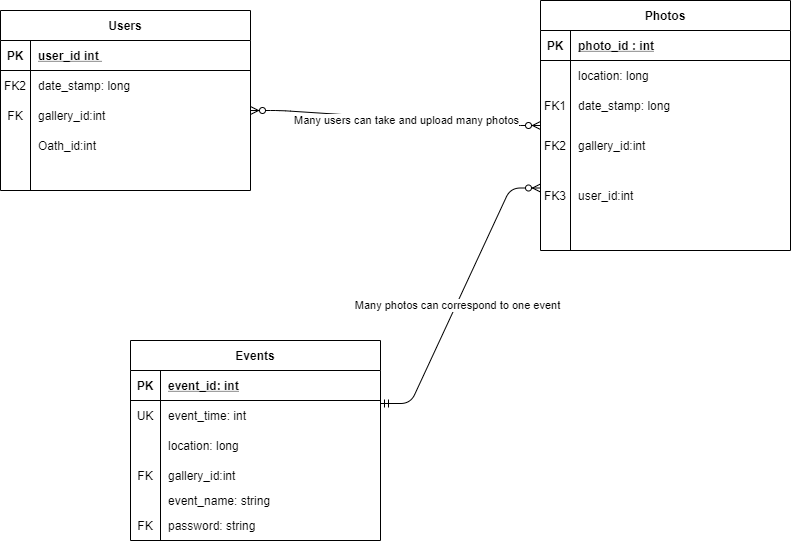
picme-gallery/picme-gallery-old.github.io keeps this draw.io diagram as docs/image/picmeERD.png. Above is the earlier version. Source tidied: cells renumbered, new cells last; positions are measured from the earlier drawing's top-left corner, leaving out a move shared by most shapes.
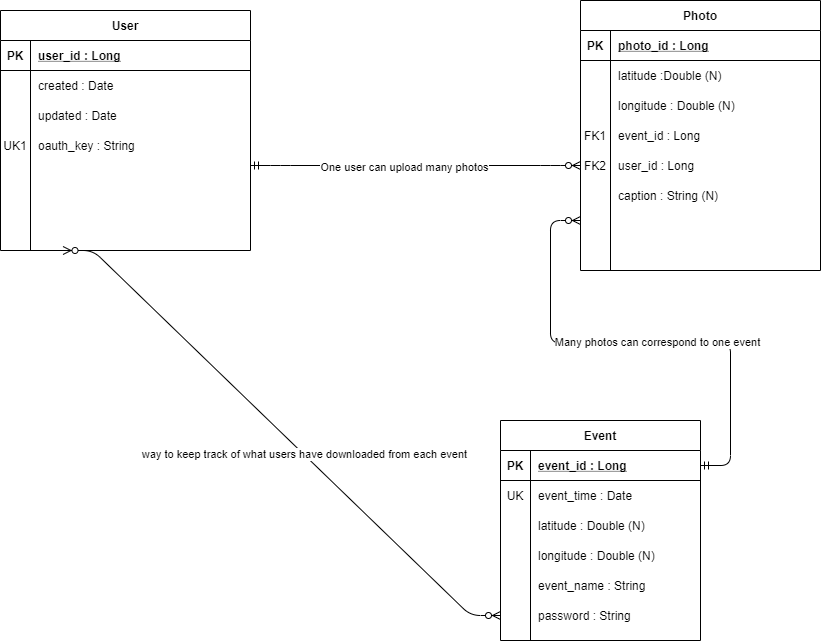
After the change.

Commit message:
Updated ERD to most recent

The edit, as a diff of the source:
```diff
@@ -2,145 +2,184 @@
   <root>
     <mxCell id="0" />
     <mxCell id="1" parent="0" />
-    <mxCell id="2" style="edgeStyle=entityRelationEdgeStyle;fontSize=12;html=1;endArrow=ERzeroToMany;endFill=1;startArrow=ERzeroToMany;entryX=0;entryY=0.5;entryDx=0;entryDy=0;" parent="1" edge="1" target="22">
+    <mxCell id="2" style="edgeStyle=entityRelationEdgeStyle;fontSize=12;html=1;endArrow=ERzeroToMany;startArrow=ERmandOne;exitX=1;exitY=0.5;exitDx=0;exitDy=0;" parent="1" edge="1" source="42">
       <mxGeometry relative="1" as="geometry">
-        <mxPoint x="250" y="110" as="sourcePoint" />
+        <mxPoint x="580" y="230" as="targetPoint" />
       </mxGeometry>
     </mxCell>
-    <mxCell id="3" value="Many users can take and upload many photos" style="edgeLabel;html=1;align=center;verticalAlign=middle;" parent="2" vertex="1">
-      <mxGeometry x="0.07" y="-1" relative="1" as="geometry" />
+    <mxCell id="3" value="Many photos can correspond to one event" style="edgeLabel;html=1;align=center;verticalAlign=middle;" parent="2" vertex="1">
+      <mxGeometry x="-0.07" y="-1" relative="1" as="geometry" />
     </mxCell>
-    <mxCell id="4" style="edgeStyle=entityRelationEdgeStyle;fontSize=12;html=1;endArrow=ERzeroToMany;startArrow=ERmandOne;exitX=1;exitY=1.1;exitDx=0;exitDy=0;exitPerimeter=0;entryX=0;entryY=0.75;entryDx=0;entryDy=0;" parent="1" edge="1" source="34" target="22">
-      <mxGeometry relative="1" as="geometry" />
+    <mxCell id="4" style="group;" parent="1" vertex="1">
+      <mxGeometry y="20" width="250" height="180" as="geometry" />
     </mxCell>
-    <mxCell id="5" value="Many photos can correspond to one event" style="edgeLabel;html=1;align=center;verticalAlign=middle;points=[];" parent="4" vertex="1">
-      <mxGeometry x="-0.07" y="-1" relative="1" as="geometry" />
+    <mxCell id="5" value="User" style="shape=table;startSize=30;rowLines=0;fontStyle=1;align=center;" parent="4" vertex="1">
+      <mxGeometry width="250" height="240" as="geometry" />
     </mxCell>
-    <mxCell id="6" style="group;" parent="1" vertex="1">
-      <mxGeometry y="10" width="250" height="180" as="geometry" />
+    <mxCell id="6" style="shape=partialRectangle;fillColor=none;top=0;left=0;right=0;bottom=1;" parent="5" vertex="1">
+      <mxGeometry y="30" width="250" height="30" as="geometry" />
     </mxCell>
-    <mxCell id="7" value="Users" style="shape=table;startSize=30;rowLines=0;fontStyle=1;align=center;" parent="6" vertex="1">
-      <mxGeometry width="250" height="180" as="geometry" />
+    <mxCell id="7" value="PK" style="shape=partialRectangle;overflow=hidden;fillColor=none;top=0;left=0;bottom=0;right=0;fontStyle=1;" parent="6" vertex="1">
+      <mxGeometry width="30" height="30" as="geometry" />
     </mxCell>
-    <mxCell id="8" style="shape=partialRectangle;fillColor=none;top=0;left=0;right=0;bottom=1;" parent="7" vertex="1">
-      <mxGeometry y="30" width="250" height="30" as="geometry" />
+    <mxCell id="8" value="user_id : Long" style="shape=partialRectangle;overflow=hidden;fillColor=none;top=0;left=0;bottom=0;right=0;align=left;spacingLeft=6;fontStyle=5;" parent="6" vertex="1">
+      <mxGeometry x="30" width="220" height="30" as="geometry" />
     </mxCell>
-    <mxCell id="9" value="PK" style="shape=partialRectangle;overflow=hidden;fillColor=none;top=0;left=0;bottom=0;right=0;fontStyle=1;" parent="8" vertex="1">
-      <mxGeometry width="30" height="30" as="geometry" />
+    <mxCell id="9" style="shape=partialRectangle;fillColor=none;top=0;left=0;right=0;bottom=0;" parent="5" vertex="1">
+      <mxGeometry y="60" width="250" height="30" as="geometry" />
     </mxCell>
-    <mxCell id="10" value="user_id int " style="shape=partialRectangle;overflow=hidden;fillColor=none;top=0;left=0;bottom=0;right=0;align=left;spacingLeft=6;fontStyle=5;" parent="8" vertex="1">
-      <mxGeometry x="30" width="220" height="30" as="geometry" />
+    <mxCell id="10" style="shape=partialRectangle;overflow=hidden;fillColor=none;top=0;left=0;bottom=0;right=0;" parent="9" vertex="1">
+      <mxGeometry width="30" height="30" as="geometry" />
     </mxCell>
-    <mxCell id="11" style="shape=partialRectangle;fillColor=none;top=0;left=0;right=0;bottom=0;" parent="7" vertex="1">
-      <mxGeometry y="60" width="250" height="30" as="geometry" />
+    <mxCell id="11" value="created : Date" style="shape=partialRectangle;overflow=hidden;fillColor=none;top=0;left=0;bottom=0;right=0;align=left;spacingLeft=6;" parent="9" vertex="1">
+      <mxGeometry x="30" width="220" height="30" as="geometry" />
     </mxCell>
-    <mxCell id="12" value="FK2" style="shape=partialRectangle;overflow=hidden;fillColor=none;top=0;left=0;bottom=0;right=0;" parent="11" vertex="1">
-      <mxGeometry width="30" height="30" as="geometry" />
+    <mxCell id="12" style="shape=partialRectangle;fillColor=none;top=0;left=0;right=0;bottom=0;" parent="5" vertex="1">
+      <mxGeometry y="90" width="250" height="30" as="geometry" />
     </mxCell>
-    <mxCell id="13" value="date_stamp: long" style="shape=partialRectangle;overflow=hidden;fillColor=none;top=0;left=0;bottom=0;right=0;align=left;spacingLeft=6;" parent="11" vertex="1">
-      <mxGeometry x="30" width="220" height="30" as="geometry" />
+    <mxCell id="13" style="shape=partialRectangle;overflow=hidden;fillColor=none;top=0;left=0;bottom=0;right=0;" parent="12" vertex="1">
+      <mxGeometry width="30" height="30" as="geometry" />
     </mxCell>
-    <mxCell id="14" value="gallery_id:int" style="shape=partialRectangle;overflow=hidden;fillColor=none;top=0;left=0;bottom=0;right=0;align=left;spacingLeft=6;" parent="6" vertex="1">
-      <mxGeometry x="30" y="90" width="220" height="30" as="geometry" />
+    <mxCell id="14" value="updated : Date" style="shape=partialRectangle;overflow=hidden;fillColor=none;top=0;left=0;bottom=0;right=0;align=left;spacingLeft=6;" parent="12" vertex="1">
+      <mxGeometry x="30" width="220" height="30" as="geometry" />
     </mxCell>
-    <mxCell id="15" value="FK" style="shape=partialRectangle;overflow=hidden;fillColor=none;top=0;left=0;bottom=0;right=0;" parent="6" vertex="1">
-      <mxGeometry y="90" width="30" height="30" as="geometry" />
+    <mxCell id="15" style="shape=partialRectangle;fillColor=none;top=0;left=0;right=0;bottom=0;" parent="5" vertex="1">
+      <mxGeometry y="120" width="250" height="30" as="geometry" />
     </mxCell>
-    <mxCell id="16" value="Oath_id:int" style="shape=partialRectangle;overflow=hidden;fillColor=none;top=0;left=0;bottom=0;right=0;align=left;spacingLeft=6;" parent="6" vertex="1">
-      <mxGeometry x="30" y="120" width="220" height="30" as="geometry" />
+    <mxCell id="16" value="UK1" style="shape=partialRectangle;overflow=hidden;fillColor=none;top=0;left=0;bottom=0;right=0;" parent="15" vertex="1">
+      <mxGeometry width="30" height="30" as="geometry" />
     </mxCell>
-    <mxCell id="17" style="group;" parent="1" vertex="1">
-      <mxGeometry x="540" width="250" height="250" as="geometry" />
+    <mxCell id="17" value="oauth_key : String" style="shape=partialRectangle;overflow=hidden;fillColor=none;top=0;left=0;bottom=0;right=0;align=left;spacingLeft=6;" parent="15" vertex="1">
+      <mxGeometry x="30" width="220" height="30" as="geometry" />
     </mxCell>
-    <mxCell id="18" value="gallery_id:int" style="shape=partialRectangle;overflow=hidden;fillColor=none;top=0;left=0;bottom=0;right=0;align=left;spacingLeft=6;" parent="17" vertex="1">
-      <mxGeometry x="30" y="130" width="220" height="30" as="geometry" />
+    <mxCell id="18" style="edgeStyle=entityRelationEdgeStyle;fontSize=12;html=1;endArrow=ERzeroToMany;startArrow=ERmandOne;" parent="1" edge="1">
+      <mxGeometry relative="1" as="geometry">
+        <mxPoint x="250" y="175" as="sourcePoint" />
+        <mxPoint x="580" y="175" as="targetPoint" />
+      </mxGeometry>
     </mxCell>
-    <mxCell id="19" value="FK2" style="shape=partialRectangle;overflow=hidden;fillColor=none;top=0;left=0;bottom=0;right=0;" parent="17" vertex="1">
-      <mxGeometry y="130" width="30" height="30" as="geometry" />
+    <mxCell id="19" value="One user can upload many photos" style="edgeLabel;html=1;align=center;verticalAlign=middle;" parent="18" vertex="1">
+      <mxGeometry x="-0.07" y="-1" relative="1" as="geometry" />
     </mxCell>
-    <mxCell id="20" value="FK3" style="shape=partialRectangle;overflow=hidden;fillColor=none;top=0;left=0;bottom=0;right=0;" parent="17" vertex="1">
-      <mxGeometry y="180" width="30" height="30" as="geometry" />
+    <mxCell id="20" value="Photo" style="shape=table;startSize=30;rowLines=0;fontStyle=1;align=center;" parent="1" vertex="1">
+      <mxGeometry x="580" y="10" width="240" height="270" as="geometry" />
     </mxCell>
-    <mxCell id="21" value="user_id:int" style="shape=partialRectangle;overflow=hidden;fillColor=none;top=0;left=0;bottom=0;right=0;align=left;spacingLeft=6;" parent="17" vertex="1">
-      <mxGeometry x="30" y="180" width="220" height="30" as="geometry" />
+    <mxCell id="21" style="shape=partialRectangle;fillColor=none;top=0;left=0;bottom=1;right=0;" parent="20" vertex="1">
+      <mxGeometry y="30" width="240" height="30" as="geometry" />
     </mxCell>
-    <mxCell id="22" value="Photos" style="shape=table;startSize=30;rowLines=0;fontStyle=1;align=center;" parent="17" vertex="1">
-      <mxGeometry width="250" height="250" as="geometry" />
+    <mxCell id="22" value="PK" style="shape=partialRectangle;fillColor=none;top=0;left=0;bottom=0;right=0;fontStyle=1;overflow=hidden;" parent="21" vertex="1">
+      <mxGeometry width="30" height="30" as="geometry" />
     </mxCell>
-    <mxCell id="23" style="shape=partialRectangle;fillColor=none;top=0;left=0;right=0;bottom=1;" parent="22" vertex="1">
-      <mxGeometry y="30" width="250" height="30" as="geometry" />
+    <mxCell id="23" value="photo_id : Long" style="shape=partialRectangle;fillColor=none;top=0;left=0;bottom=0;right=0;align=left;spacingLeft=6;fontStyle=5;overflow=hidden;" parent="21" vertex="1">
+      <mxGeometry x="30" width="210" height="30" as="geometry" />
     </mxCell>
-    <mxCell id="24" value="PK" style="shape=partialRectangle;overflow=hidden;fillColor=none;top=0;left=0;bottom=0;right=0;fontStyle=1;" parent="23" vertex="1">
-      <mxGeometry width="30" height="30" as="geometry" />
+    <mxCell id="24" style="shape=partialRectangle;fillColor=none;top=0;left=0;bottom=0;right=0;" parent="20" vertex="1">
+      <mxGeometry y="60" width="240" height="30" as="geometry" />
     </mxCell>
-    <mxCell id="25" value="photo_id : int" style="shape=partialRectangle;overflow=hidden;fillColor=none;top=0;left=0;bottom=0;right=0;align=left;spacingLeft=6;fontStyle=5;" parent="23" vertex="1">
-      <mxGeometry x="30" width="220" height="30" as="geometry" />
+    <mxCell id="25" style="shape=partialRectangle;fillColor=none;top=0;left=0;bottom=0;right=0;overflow=hidden;" parent="24" vertex="1">
+      <mxGeometry width="30" height="30" as="geometry" />
     </mxCell>
-    <mxCell id="26" style="shape=partialRectangle;fillColor=none;top=0;left=0;right=0;bottom=0;" parent="22" vertex="1">
-      <mxGeometry y="60" width="250" height="30" as="geometry" />
+    <mxCell id="26" value="latitude :Double (N)" style="shape=partialRectangle;fillColor=none;top=0;left=0;bottom=0;right=0;align=left;spacingLeft=6;overflow=hidden;" parent="24" vertex="1">
+      <mxGeometry x="30" width="210" height="30" as="geometry" />
     </mxCell>
-    <mxCell id="27" style="shape=partialRectangle;overflow=hidden;fillColor=none;top=0;left=0;bottom=0;right=0;" parent="26" vertex="1">
-      <mxGeometry width="30" height="30" as="geometry" />
+    <mxCell id="27" style="shape=partialRectangle;fillColor=none;top=0;left=0;bottom=0;right=0;" parent="20" vertex="1">
+      <mxGeometry y="90" width="240" height="30" as="geometry" />
     </mxCell>
-    <mxCell id="28" value="location: long" style="shape=partialRectangle;overflow=hidden;fillColor=none;top=0;left=0;bottom=0;right=0;align=left;spacingLeft=6;" parent="26" vertex="1">
-      <mxGeometry x="30" width="220" height="30" as="geometry" />
+    <mxCell id="28" style="shape=partialRectangle;fillColor=none;top=0;left=0;bottom=0;right=0;overflow=hidden;" parent="27" vertex="1">
+      <mxGeometry width="30" height="30" as="geometry" />
     </mxCell>
-    <mxCell id="29" style="shape=partialRectangle;fillColor=none;top=0;left=0;right=0;bottom=0;" parent="22" vertex="1">
-      <mxGeometry y="90" width="250" height="30" as="geometry" />
+    <mxCell id="29" value="longitude : Double (N)" style="shape=partialRectangle;fillColor=none;top=0;left=0;bottom=0;right=0;align=left;spacingLeft=6;overflow=hidden;" parent="27" vertex="1">
+      <mxGeometry x="30" width="210" height="30" as="geometry" />
     </mxCell>
-    <mxCell id="30" value="FK1" style="shape=partialRectangle;overflow=hidden;fillColor=none;top=0;left=0;bottom=0;right=0;" parent="29" vertex="1">
-      <mxGeometry width="30" height="30" as="geometry" />
+    <mxCell id="30" style="shape=partialRectangle;fillColor=none;top=0;left=0;bottom=0;right=0;" parent="20" vertex="1">
+      <mxGeometry y="120" width="240" height="30" as="geometry" />
     </mxCell>
-    <mxCell id="31" value="date_stamp: long" style="shape=partialRectangle;overflow=hidden;fillColor=none;top=0;left=0;bottom=0;right=0;align=left;spacingLeft=6;" parent="29" vertex="1">
-      <mxGeometry x="30" width="220" height="30" as="geometry" />
+    <mxCell id="31" value="FK1" style="shape=partialRectangle;fillColor=none;top=0;left=0;bottom=0;right=0;overflow=hidden;" parent="30" vertex="1">
+      <mxGeometry width="30" height="30" as="geometry" />
     </mxCell>
-    <mxCell id="32" style="group;" parent="1" vertex="1">
-      <mxGeometry x="130" y="340" width="250" height="200" as="geometry" />
+    <mxCell id="32" value="event_id : Long" style="shape=partialRectangle;fillColor=none;top=0;left=0;bottom=0;right=0;align=left;spacingLeft=6;overflow=hidden;" parent="30" vertex="1">
+      <mxGeometry x="30" width="210" height="30" as="geometry" />
     </mxCell>
-    <mxCell id="33" value="Events" style="shape=table;startSize=30;rowLines=0;fontStyle=1;align=center;" parent="32" vertex="1">
-      <mxGeometry width="250" height="200" as="geometry" />
+    <mxCell id="33" style="shape=partialRectangle;fillColor=none;top=0;left=0;bottom=0;right=0;" parent="20" vertex="1">
+      <mxGeometry y="150" width="240" height="30" as="geometry" />
     </mxCell>
-    <mxCell id="34" style="shape=partialRectangle;fillColor=none;points=[[0,0.5],[1,0.5]];portConstraint=eastwest;top=0;left=0;right=0;bottom=1;" parent="33" vertex="1">
-      <mxGeometry y="30" width="250" height="30" as="geometry" />
+    <mxCell id="34" value="FK2" style="shape=partialRectangle;fillColor=none;top=0;left=0;bottom=0;right=0;overflow=hidden;" parent="33" vertex="1">
+      <mxGeometry width="30" height="30" as="geometry" />
     </mxCell>
-    <mxCell id="35" value="PK" style="shape=partialRectangle;overflow=hidden;fillColor=none;top=0;left=0;bottom=0;right=0;fontStyle=1;" parent="34" vertex="1">
-      <mxGeometry width="30" height="30" as="geometry" />
+    <mxCell id="35" value="user_id : Long" style="shape=partialRectangle;fillColor=none;top=0;left=0;bottom=0;right=0;align=left;spacingLeft=6;overflow=hidden;" parent="33" vertex="1">
+      <mxGeometry x="30" width="210" height="30" as="geometry" />
     </mxCell>
-    <mxCell id="36" value="event_id: int" style="shape=partialRectangle;overflow=hidden;fillColor=none;top=0;left=0;bottom=0;right=0;align=left;spacingLeft=6;fontStyle=5;" parent="34" vertex="1">
-      <mxGeometry x="30" width="220" height="30" as="geometry" />
+    <mxCell id="36" style="shape=partialRectangle;fillColor=none;top=0;left=0;bottom=0;right=0;" parent="20" vertex="1">
+      <mxGeometry y="180" width="240" height="30" as="geometry" />
     </mxCell>
-    <mxCell id="37" style="shape=partialRectangle;fillColor=none;top=0;left=0;right=0;bottom=0;" parent="33" vertex="1">
-      <mxGeometry y="60" width="250" height="30" as="geometry" />
+    <mxCell id="37" style="shape=partialRectangle;fillColor=none;top=0;left=0;bottom=0;right=0;overflow=hidden;" parent="36" vertex="1">
+      <mxGeometry width="30" height="30" as="geometry" />
     </mxCell>
-    <mxCell id="38" value="UK" style="shape=partialRectangle;overflow=hidden;fillColor=none;top=0;left=0;bottom=0;right=0;" parent="37" vertex="1">
-      <mxGeometry width="30" height="30" as="geometry" />
+    <mxCell id="38" value="caption : String (N)" style="shape=partialRectangle;fillColor=none;top=0;left=0;bottom=0;right=0;align=left;spacingLeft=6;overflow=hidden;" parent="36" vertex="1">
+      <mxGeometry x="30" width="210" height="30" as="geometry" />
     </mxCell>
-    <mxCell id="39" value="event_time: int" style="shape=partialRectangle;overflow=hidden;fillColor=none;top=0;left=0;bottom=0;right=0;align=left;spacingLeft=6;" parent="37" vertex="1">
-      <mxGeometry x="30" width="220" height="30" as="geometry" />
+    <mxCell id="39" style="edgeStyle=entityRelationEdgeStyle;fontSize=12;html=1;endArrow=ERzeroToMany;endFill=1;startArrow=ERzeroToMany;entryX=0.25;entryY=1;entryDx=0;entryDy=0;exitX=0;exitY=0.5;exitDx=0;exitDy=0;" parent="1" edge="1" source="57" target="5">
+      <mxGeometry relative="1" as="geometry" />
     </mxCell>
-    <mxCell id="40" style="shape=partialRectangle;fillColor=none;top=0;left=0;right=0;bottom=0;" parent="33" vertex="1">
-      <mxGeometry y="90" width="250" height="30" as="geometry" />
+    <mxCell id="40" value="way to keep track of what users have downloaded from each event" style="edgeLabel;html=1;align=center;verticalAlign=middle;" parent="39" vertex="1">
+      <mxGeometry x="-0.1" relative="1" as="geometry" />
     </mxCell>
-    <mxCell id="41" style="shape=partialRectangle;overflow=hidden;fillColor=none;top=0;left=0;bottom=0;right=0;" parent="40" vertex="1">
-      <mxGeometry width="30" height="30" as="geometry" />
+    <mxCell id="41" value="Event" style="shape=table;startSize=30;rowLines=0;fontStyle=1;align=center;" parent="1" vertex="1">
+      <mxGeometry x="500" y="430" width="200" height="220" as="geometry" />
     </mxCell>
-    <mxCell id="42" value="location: long" style="shape=partialRectangle;overflow=hidden;fillColor=none;top=0;left=0;bottom=0;right=0;align=left;spacingLeft=6;" parent="40" vertex="1">
-      <mxGeometry x="30" width="220" height="30" as="geometry" />
+    <mxCell id="42" style="shape=partialRectangle;fillColor=none;top=0;left=0;bottom=1;right=0;points=[[0,0.5],[1,0.5]];portConstraint=eastwest;" parent="41" vertex="1">
+      <mxGeometry y="30" width="200" height="30" as="geometry" />
     </mxCell>
-    <mxCell id="43" value="gallery_id:int" style="shape=partialRectangle;overflow=hidden;fillColor=none;top=0;left=0;bottom=0;right=0;align=left;spacingLeft=6;" parent="32" vertex="1">
-      <mxGeometry x="30" y="120" width="220" height="30" as="geometry" />
+    <mxCell id="43" value="PK" style="shape=partialRectangle;fillColor=none;top=0;left=0;bottom=0;right=0;fontStyle=1;overflow=hidden;" parent="42" vertex="1">
+      <mxGeometry width="30" height="30" as="geometry" />
     </mxCell>
-    <mxCell id="44" value="FK" style="shape=partialRectangle;overflow=hidden;fillColor=none;top=0;left=0;bottom=0;right=0;" parent="32" vertex="1">
-      <mxGeometry y="120" width="30" height="30" as="geometry" />
+    <mxCell id="44" value="event_id : Long" style="shape=partialRectangle;fillColor=none;top=0;left=0;bottom=0;right=0;align=left;spacingLeft=6;fontStyle=5;overflow=hidden;" parent="42" vertex="1">
+      <mxGeometry x="30" width="170" height="30" as="geometry" />
     </mxCell>
-    <mxCell id="45" value="event_name: string" style="shape=partialRectangle;overflow=hidden;fillColor=none;top=0;left=0;bottom=0;right=0;align=left;spacingLeft=6;" parent="32" vertex="1">
-      <mxGeometry x="30" y="145" width="220" height="30" as="geometry" />
+    <mxCell id="45" style="shape=partialRectangle;fillColor=none;top=0;left=0;bottom=0;right=0;" parent="41" vertex="1">
+      <mxGeometry y="60" width="200" height="30" as="geometry" />
     </mxCell>
-    <mxCell id="46" value="FK" style="shape=partialRectangle;overflow=hidden;fillColor=none;top=0;left=0;bottom=0;right=0;" parent="32" vertex="1">
-      <mxGeometry y="170" width="30" height="30" as="geometry" />
+    <mxCell id="46" value="UK" style="shape=partialRectangle;fillColor=none;top=0;left=0;bottom=0;right=0;overflow=hidden;" parent="45" vertex="1">
+      <mxGeometry width="30" height="30" as="geometry" />
     </mxCell>
-    <mxCell id="47" value="password: string" style="shape=partialRectangle;overflow=hidden;fillColor=none;top=0;left=0;bottom=0;right=0;align=left;spacingLeft=6;" parent="32" vertex="1">
-      <mxGeometry x="30" y="170" width="220" height="30" as="geometry" />
+    <mxCell id="47" value="event_time : Date" style="shape=partialRectangle;fillColor=none;top=0;left=0;bottom=0;right=0;align=left;spacingLeft=6;overflow=hidden;" parent="45" vertex="1">
+      <mxGeometry x="30" width="170" height="30" as="geometry" />
     </mxCell>
+    <mxCell id="48" style="shape=partialRectangle;fillColor=none;top=0;left=0;bottom=0;right=0;" parent="41" vertex="1">
+      <mxGeometry y="90" width="200" height="30" as="geometry" />
+    </mxCell>
+    <mxCell id="49" style="shape=partialRectangle;fillColor=none;top=0;left=0;bottom=0;right=0;overflow=hidden;" parent="48" vertex="1">
+      <mxGeometry width="30" height="30" as="geometry" />
+    </mxCell>
+    <mxCell id="50" value="latitude : Double (N)" style="shape=partialRectangle;fillColor=none;top=0;left=0;bottom=0;right=0;align=left;spacingLeft=6;overflow=hidden;" parent="48" vertex="1">
+      <mxGeometry x="30" width="170" height="30" as="geometry" />
+    </mxCell>
+    <mxCell id="51" style="shape=partialRectangle;fillColor=none;top=0;left=0;bottom=0;right=0;" parent="41" vertex="1">
+      <mxGeometry y="120" width="200" height="30" as="geometry" />
+    </mxCell>
+    <mxCell id="52" style="shape=partialRectangle;fillColor=none;top=0;left=0;bottom=0;right=0;overflow=hidden;" parent="51" vertex="1">
+      <mxGeometry width="30" height="30" as="geometry" />
+    </mxCell>
+    <mxCell id="53" value="longitude : Double (N)" style="shape=partialRectangle;fillColor=none;top=0;left=0;bottom=0;right=0;align=left;spacingLeft=6;overflow=hidden;" parent="51" vertex="1">
+      <mxGeometry x="30" width="170" height="30" as="geometry" />
+    </mxCell>
+    <mxCell id="54" style="shape=partialRectangle;fillColor=none;top=0;left=0;bottom=0;right=0;" parent="41" vertex="1">
+      <mxGeometry y="150" width="200" height="30" as="geometry" />
+    </mxCell>
+    <mxCell id="55" style="shape=partialRectangle;fillColor=none;top=0;left=0;bottom=0;right=0;overflow=hidden;" parent="54" vertex="1">
+      <mxGeometry width="30" height="30" as="geometry" />
+    </mxCell>
+    <mxCell id="56" value="event_name : String" style="shape=partialRectangle;fillColor=none;top=0;left=0;bottom=0;right=0;align=left;spacingLeft=6;overflow=hidden;" parent="54" vertex="1">
+      <mxGeometry x="30" width="170" height="30" as="geometry" />
+    </mxCell>
+    <mxCell id="57" style="shape=partialRectangle;fillColor=none;top=0;left=0;bottom=0;right=0;points=[[0,0.5],[1,0.5]];portConstraint=eastwest;" parent="41" vertex="1">
+      <mxGeometry y="180" width="200" height="30" as="geometry" />
+    </mxCell>
+    <mxCell id="58" style="shape=partialRectangle;fillColor=none;top=0;left=0;bottom=0;right=0;overflow=hidden;" parent="57" vertex="1">
+      <mxGeometry width="30" height="30" as="geometry" />
+    </mxCell>
+    <mxCell id="59" value="password : String" style="shape=partialRectangle;fillColor=none;top=0;left=0;bottom=0;right=0;align=left;spacingLeft=6;overflow=hidden;" parent="57" vertex="1">
+      <mxGeometry x="30" width="170" height="30" as="geometry" />
+    </mxCell>
   </root>
 </mxGraphModel>
```
